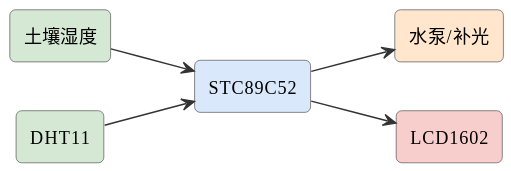
Before: assets/diagrams/ideas-fig14.svg, a diagram exported from PlantUML (mingyi0818/IntelligentMcuCourse).
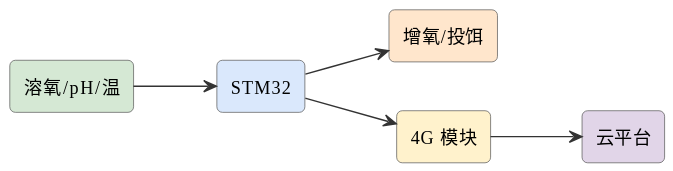
Later version of the same file.

Diff of the diagram source:
```diff
@@ -6,13 +6,13 @@
 skinparam arrowFontSize 11
 skinparam arrowColor #333
 left to right direction
-rectangle "土壤湿度" as soil #d5e8d4
-rectangle "DHT11" as dht #d5e8d4
-rectangle "STC89C52" as mcu #dae8fc
-rectangle "水泵/补光" as pump #ffe6cc
-rectangle "LCD1602" as lcd #f8cecc
-soil --> mcu
-dht --> mcu
-mcu --> pump
-mcu --> lcd
+rectangle "溶氧/pH/温" as s #d5e8d4
+rectangle "STM32" as stm #dae8fc
+rectangle "增氧/投饵" as pump #ffe6cc
+rectangle "4G 模块" as g #fff2cc
+rectangle "云平台" as cloud #e1d5e8
+s --> stm
+stm --> pump
+stm --> g
+g --> cloud
 @enduml
```
